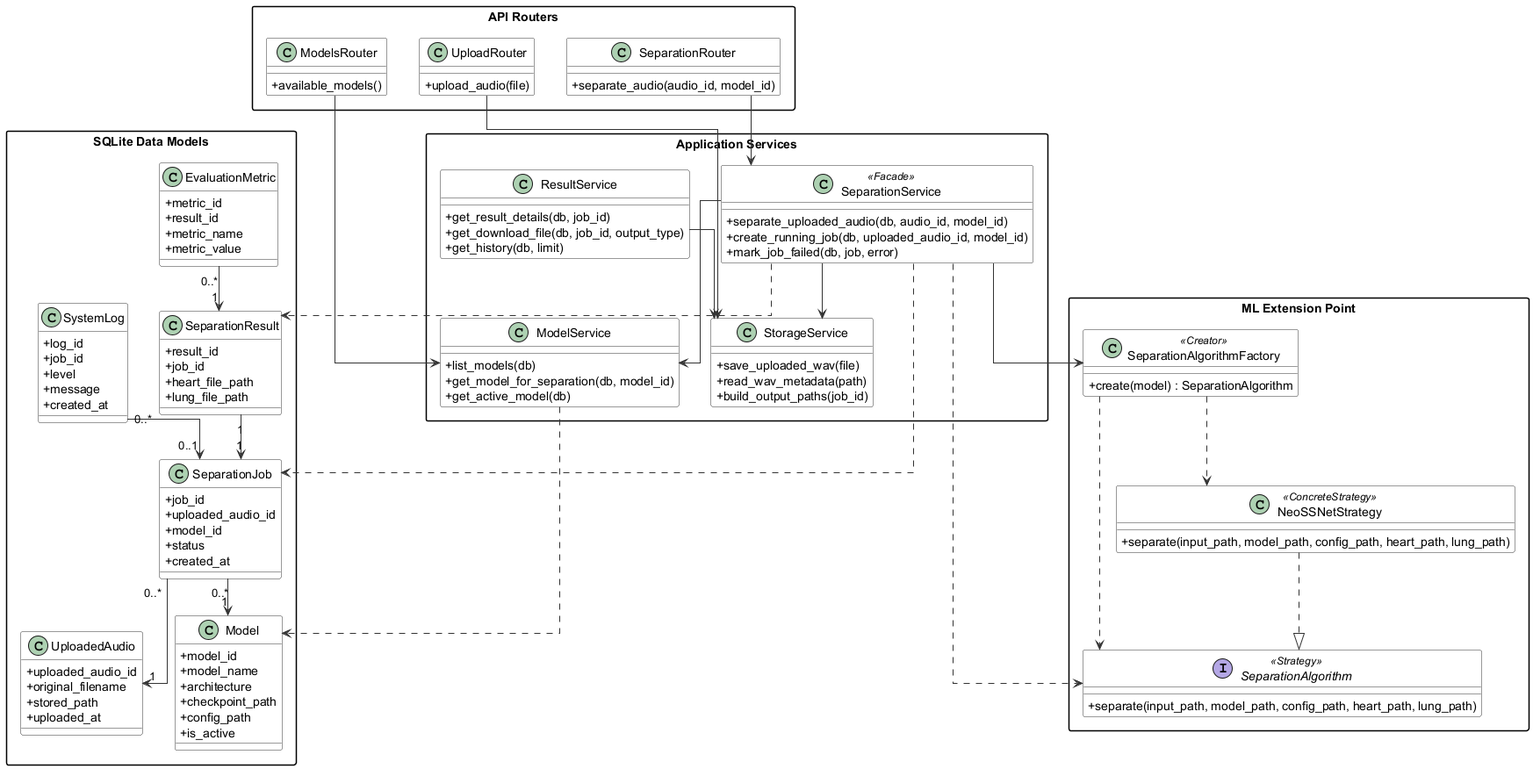
ASHRAF-2004/Machine-Learning-Based-System-for-Cardiopulmonary-Sound-Separation keeps this PlantUML diagram as docs/software_design_report/diagrams/img/overall_class_diagram_main.png. Above is the earlier version.
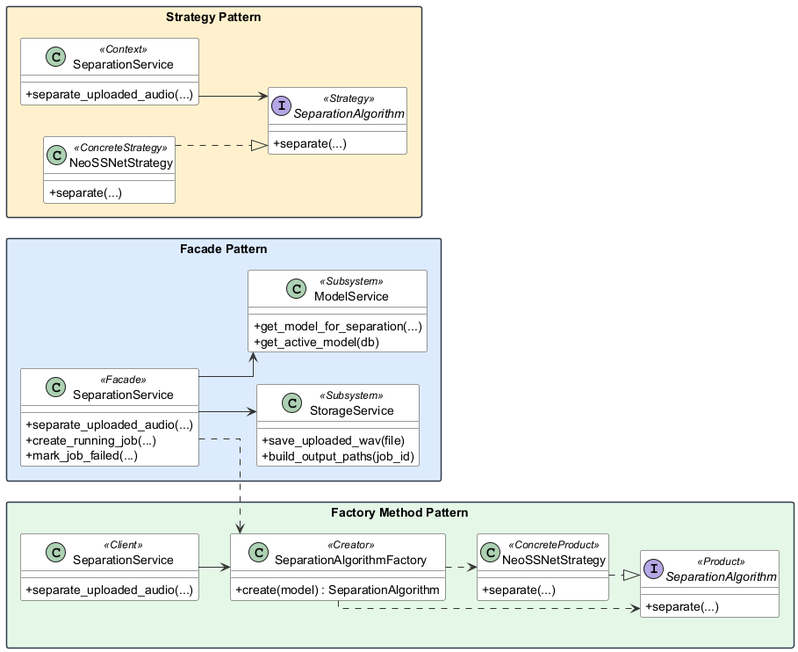
The same diagram one commit later.

Commit message:
Group overall pattern diagram by design patterns

Change to the diagram source:
```diff
@@ -1,141 +1,83 @@
 @startuml
 
-top to bottom direction
+left to right direction
 skinparam classAttributeIconSize 0
 skinparam linetype ortho
 skinparam shadowing false
 skinparam packageStyle rectangle
 skinparam nodesep 36
-skinparam ranksep 42
+skinparam ranksep 36
 skinparam class {
   BackgroundColor #FFFFFF
   BorderColor #333333
   ArrowColor #333333
 }
+skinparam package {
+  BorderColor #2F3A4A
+  FontStyle bold
+}
 
-package "API Routers" {
-  class UploadRouter {
-    +upload_audio(file)
+package "Facade Pattern" as FacadePkg #DCEBFF {
+  class "SeparationService" as FacadeService <<Facade>> {
+    +separate_uploaded_audio(...)
+    +create_running_job(...)
+    +mark_job_failed(...)
   }
 
-  class SeparationRouter {
-    +separate_audio(audio_id, model_id)
+  class "StorageService" as FacadeStorage <<Subsystem>> {
+    +save_uploaded_wav(file)
+    +build_output_paths(job_id)
   }
 
-  class ModelsRouter {
-    +available_models()
-  }
-}
-
-package "Application Services" {
-  class SeparationService <<Facade>> {
-    +separate_uploaded_audio(db, audio_id, model_id)
-    +create_running_job(db, uploaded_audio_id, model_id)
-    +mark_job_failed(db, job, error)
-  }
-
-  class ModelService {
-    +list_models(db)
-    +get_model_for_separation(db, model_id)
+  class "ModelService" as FacadeModel <<Subsystem>> {
+    +get_model_for_separation(...)
     +get_active_model(db)
   }
 
-  class StorageService {
-    +save_uploaded_wav(file)
-    +read_wav_metadata(path)
-    +build_output_paths(job_id)
+  FacadeService --> FacadeModel
+  FacadeService --> FacadeStorage
+}
+
+package "Strategy Pattern" as StrategyPkg #FFF1CC {
+  class "SeparationService" as StrategyContext <<Context>> {
+    +separate_uploaded_audio(...)
   }
 
-  class ResultService {
-    +get_result_details(db, job_id)
-    +get_download_file(db, job_id, output_type)
-    +get_history(db, limit)
+  interface "SeparationAlgorithm" as StrategyInterface <<Strategy>> {
+    +separate(...)
   }
+
+  class "NeoSSNetStrategy" as StrategyConcrete <<ConcreteStrategy>> {
+    +separate(...)
+  }
+
+  StrategyContext --> StrategyInterface
+  StrategyConcrete ..|> StrategyInterface
 }
 
-package "ML Extension Point" {
-  class SeparationAlgorithmFactory <<Creator>> {
+package "Factory Method Pattern" as FactoryPkg #E4F7E7 {
+  class "SeparationService" as FactoryClient <<Client>> {
+    +separate_uploaded_audio(...)
+  }
+
+  class "SeparationAlgorithmFactory" as FactoryCreator <<Creator>> {
     +create(model) : SeparationAlgorithm
   }
 
-  interface SeparationAlgorithm <<Strategy>> {
-    +separate(input_path, model_path, config_path, heart_path, lung_path)
+  interface "SeparationAlgorithm" as FactoryProduct <<Product>> {
+    +separate(...)
   }
 
-  class NeoSSNetStrategy <<ConcreteStrategy>> {
-    +separate(input_path, model_path, config_path, heart_path, lung_path)
+  class "NeoSSNetStrategy" as FactoryConcreteProduct <<ConcreteProduct>> {
+    +separate(...)
   }
+
+  FactoryClient --> FactoryCreator
+  FactoryCreator ..> FactoryProduct
+  FactoryCreator ..> FactoryConcreteProduct
+  FactoryConcreteProduct ..|> FactoryProduct
 }
 
-package "SQLite Data Models" {
-  class UploadedAudio {
-    +uploaded_audio_id
-    +original_filename
-    +stored_path
-    +uploaded_at
-  }
-
-  class Model {
-    +model_id
-    +model_name
-    +architecture
-    +checkpoint_path
-    +config_path
-    +is_active
-  }
-
-  class SeparationJob {
-    +job_id
-    +uploaded_audio_id
-    +model_id
-    +status
-    +created_at
-  }
-
-  class SeparationResult {
-    +result_id
-    +job_id
-    +heart_file_path
-    +lung_file_path
-  }
-
-  class EvaluationMetric {
-    +metric_id
-    +result_id
-    +metric_name
-    +metric_value
-  }
-
-  class SystemLog {
-    +log_id
-    +job_id
-    +level
-    +message
-    +created_at
-  }
-}
-
-UploadRouter --> StorageService
-SeparationRouter --> SeparationService
-ModelsRouter --> ModelService
-
-SeparationService --> ModelService
-SeparationService --> StorageService
-SeparationService --> SeparationAlgorithmFactory
-SeparationService ..> SeparationAlgorithm
-SeparationService ..> SeparationJob
-SeparationService ..> SeparationResult
-ResultService --> StorageService
-ModelService ..> Model
-
-SeparationAlgorithmFactory ..> SeparationAlgorithm
-SeparationAlgorithmFactory ..> NeoSSNetStrategy
-NeoSSNetStrategy ..|> SeparationAlgorithm
-
-SeparationJob "0..*" --> "1" UploadedAudio
-SeparationJob "0..*" --> "1" Model
-SeparationResult "1" --> "1" SeparationJob
-EvaluationMetric "0..*" --> "1" SeparationResult
-SystemLog "0..*" --> "0..1" SeparationJob
+FacadeService ..> FactoryCreator
 
 @enduml
```
